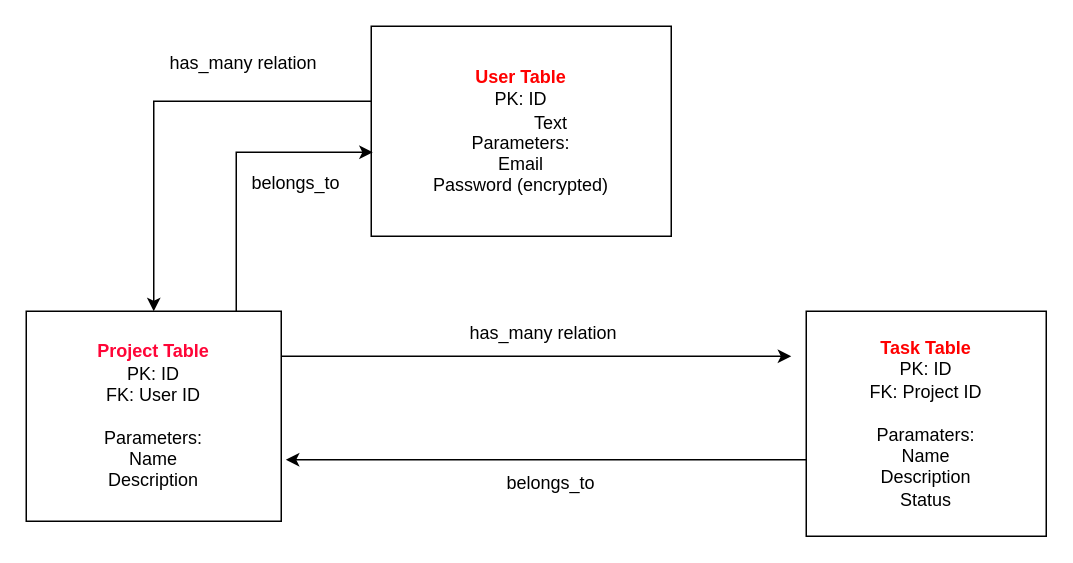
poorniiima/Poornima-s-Project-Management-App keeps this draw.io diagram as database_diagram.drawio. Above is the earlier version. Source tidied: cells renumbered, new cells numbered last; positions are measured from the earlier drawing's top-left corner, leaving out a move shared by most shapes. Both pictures are drawn from the tidied source at 150%, with x=0, y=0 at pixel (26, 26).
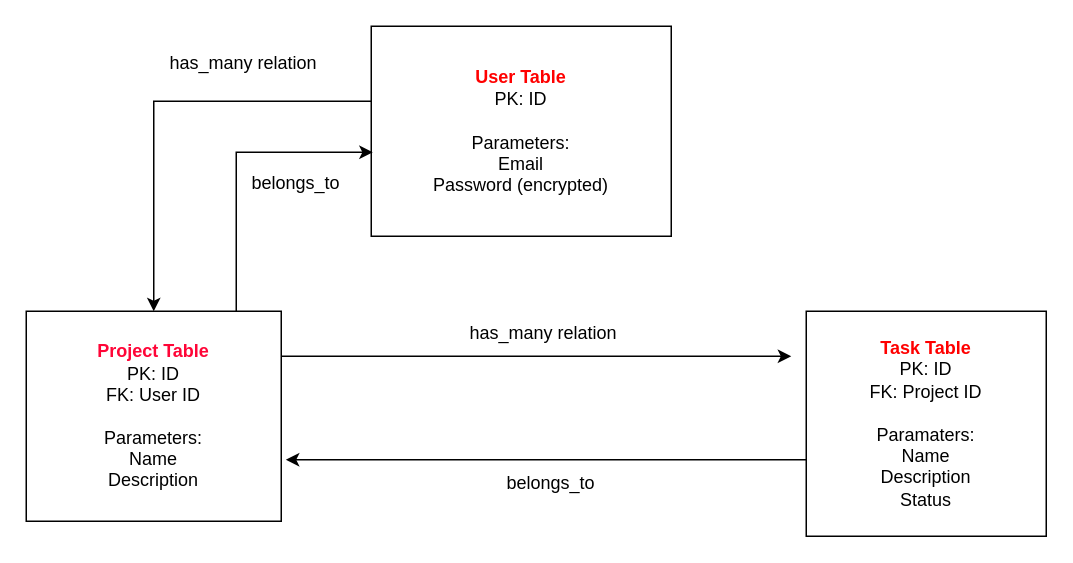
The same diagram, later.

What changed in the source:
```diff
@@
 <mxGraphModel>
   <root>
     <mxCell id="0" />
     <mxCell id="1" parent="0" />
     <mxCell id="2" style="edgeStyle=orthogonalEdgeStyle;rounded=0;jettySize=auto;html=1;entryX=0.5;entryY=0;entryDx=0;entryDy=0;" parent="1" edge="1" source="3" target="6">
       <mxGeometry relative="1" as="geometry">
         <Array as="points">
           <mxPoint x="85" y="50" />
         </Array>
       </mxGeometry>
     </mxCell>
     <mxCell id="3" value="&lt;b&gt;&lt;font color=&quot;#ff0000&quot;&gt;User Table&lt;br&gt;&lt;/font&gt;&lt;/b&gt;PK: ID&lt;br&gt;&lt;br&gt;Parameters:&lt;br&gt;Email&lt;br&gt;Password (encrypted)" style="rounded=0;whiteSpace=wrap;html=1;" parent="1" vertex="1">
       <mxGeometry x="230" width="200" height="140" as="geometry" />
     </mxCell>
     <mxCell id="4" style="edgeStyle=orthogonalEdgeStyle;rounded=0;jettySize=auto;html=1;entryX=0.005;entryY=0.6;entryDx=0;entryDy=0;entryPerimeter=0;" parent="1" edge="1" source="6" target="3">
       <mxGeometry relative="1" as="geometry">
         <Array as="points">
           <mxPoint x="140" y="84" />
         </Array>
       </mxGeometry>
     </mxCell>
     <mxCell id="5" style="edgeStyle=orthogonalEdgeStyle;rounded=0;jettySize=auto;html=1;" parent="1" edge="1" source="6">
       <mxGeometry relative="1" as="geometry">
         <mxPoint x="510" y="220" as="targetPoint" />
         <Array as="points">
           <mxPoint x="510" y="220" />
         </Array>
       </mxGeometry>
     </mxCell>
     <mxCell id="6" value="&lt;font color=&quot;#ff0537&quot;&gt;&lt;b&gt;Project Table&lt;br&gt;&lt;/b&gt;&lt;/font&gt;PK: ID&lt;br&gt;FK: User ID&lt;br&gt;&lt;br&gt;Parameters:&lt;br&gt;Name&lt;br&gt;Description" style="rounded=0;whiteSpace=wrap;html=1;" parent="1" vertex="1">
       <mxGeometry y="190" width="170" height="140" as="geometry" />
     </mxCell>
     <mxCell id="7" style="edgeStyle=orthogonalEdgeStyle;rounded=0;jettySize=auto;html=1;entryX=1.018;entryY=0.707;entryDx=0;entryDy=0;entryPerimeter=0;" parent="1" edge="1" source="8" target="6">
       <mxGeometry relative="1" as="geometry">
         <Array as="points">
           <mxPoint x="440" y="289" />
           <mxPoint x="440" y="289" />
         </Array>
       </mxGeometry>
     </mxCell>
     <mxCell id="8" value="&lt;b&gt;&lt;font color=&quot;#ff0000&quot;&gt;Task Table&lt;br&gt;&lt;/font&gt;&lt;/b&gt;PK: ID&lt;br&gt;FK: Project ID&lt;br&gt;&lt;br&gt;Paramaters:&lt;br&gt;Name&lt;br&gt;Description&lt;br&gt;Status" style="rounded=0;whiteSpace=wrap;html=1;" parent="1" vertex="1">
       <mxGeometry x="520" y="190" width="160" height="150" as="geometry" />
     </mxCell>
     <mxCell id="9" value="has_many relation" style="text;html=1;strokeColor=none;fillColor=none;align=center;verticalAlign=middle;whiteSpace=wrap;rounded=0;" parent="1" vertex="1">
       <mxGeometry x="90" y="10" width="110" height="30" as="geometry" />
     </mxCell>
     <mxCell id="10" value="has_many relation" style="text;html=1;strokeColor=none;fillColor=none;align=center;verticalAlign=middle;whiteSpace=wrap;rounded=0;" parent="1" vertex="1">
       <mxGeometry x="290" y="190" width="110" height="30" as="geometry" />
     </mxCell>
     <mxCell id="11" value="belongs_to" style="text;html=1;strokeColor=none;fillColor=none;align=center;verticalAlign=middle;whiteSpace=wrap;rounded=0;" parent="1" vertex="1">
       <mxGeometry x="150" y="90" width="60" height="30" as="geometry" />
     </mxCell>
-    <mxCell id="12" value="Text" style="text;html=1;strokeColor=none;fillColor=none;align=center;verticalAlign=middle;whiteSpace=wrap;rounded=0;" parent="1" vertex="1">
-      <mxGeometry x="320" y="50" width="60" height="30" as="geometry" />
-    </mxCell>
     <mxCell id="13" value="belongs_to" style="text;html=1;strokeColor=none;fillColor=none;align=center;verticalAlign=middle;whiteSpace=wrap;rounded=0;" parent="1" vertex="1">
       <mxGeometry x="320" y="290" width="60" height="30" as="geometry" />
     </mxCell>
   </root>
 </mxGraphModel>
```
